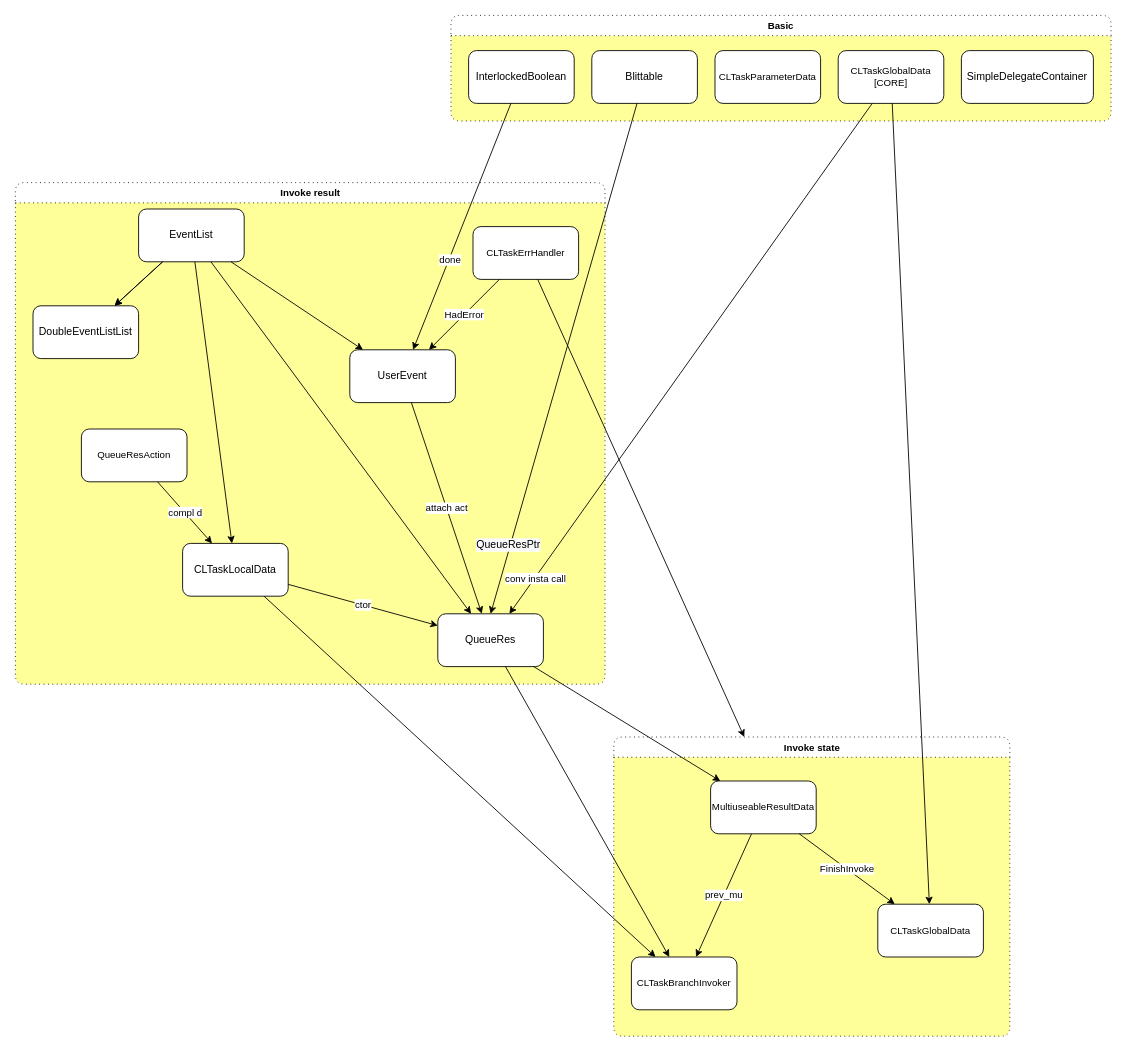
Above: Modules/OpenCLABC.Utils.drawio in SunSerega/POCGL (draw.io), before the change. Source tidied: cells renumbered, new cells numbered last; positions are measured from the earlier drawing's top-left corner, leaving out a move shared by most shapes. Both pictures are drawn from the tidied source at 88%, with x=0, y=0 at pixel (15, 15).
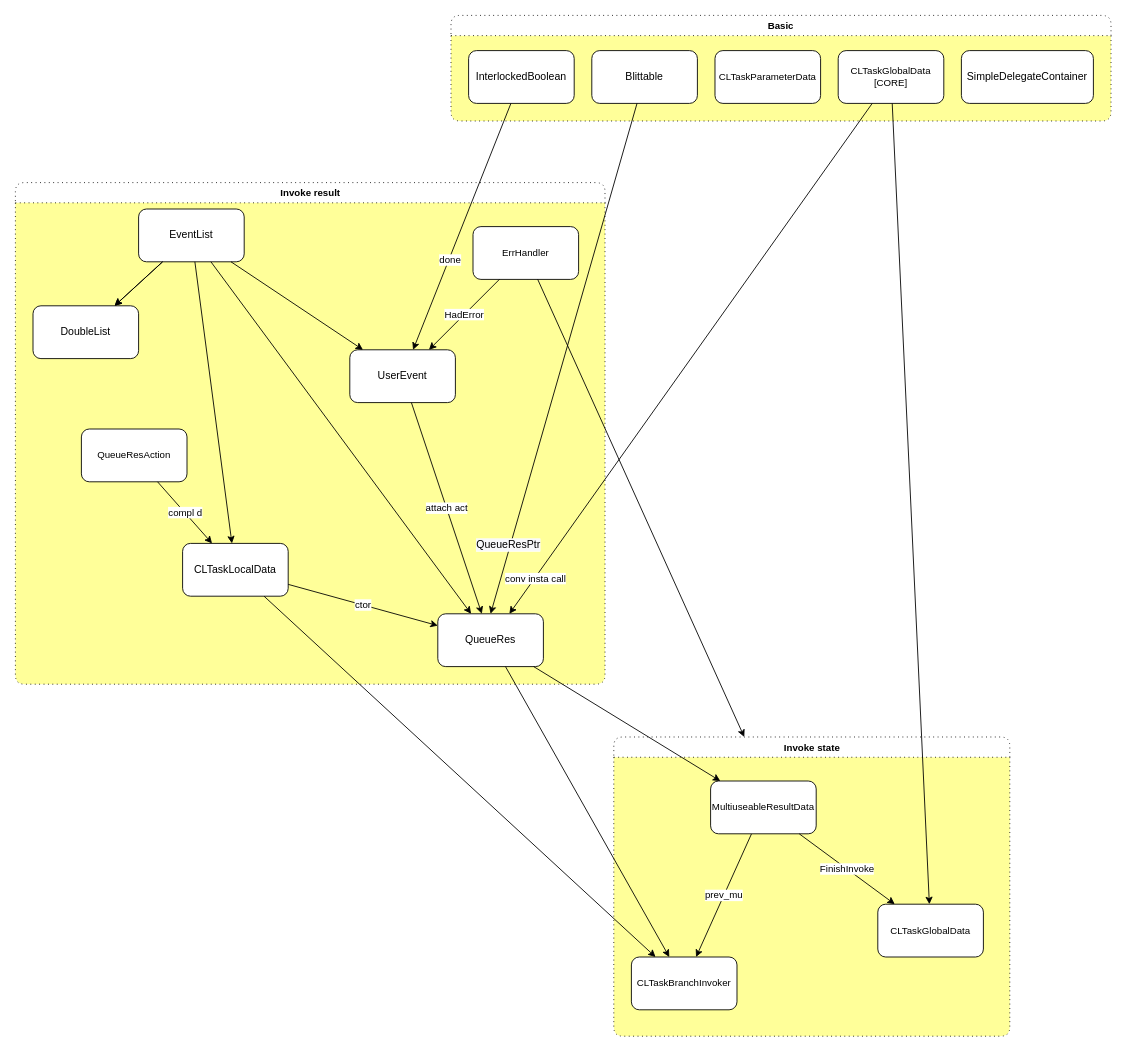
After the change.

Unchanged cells that the change refers to:
```xml
<mxCell id="14" value="Invoke result" style="swimlane;rounded=1;fontFamily=Helvetica;fontSize=11;fontColor=default;strokeColor=default;fillColor=default;html=1;labelBackgroundColor=none;labelBorderColor=none;swimlaneFillColor=#FFFF99;dashed=1;dashPattern=1 4;" parent="1" vertex="1">
  <mxGeometry y="190" width="670" height="570" as="geometry" />
</mxCell>
```

The edit, as a diff of the source:
```diff
@@
-    <mxCell id="16" value="DoubleEventListList" style="rounded=1;whiteSpace=wrap;html=1;" parent="14" vertex="1">
+    <mxCell id="16" value="DoubleList" style="rounded=1;whiteSpace=wrap;html=1;" parent="14" vertex="1">
       <mxGeometry x="20" y="140" width="120" height="60" as="geometry" />
     </mxCell>
@@
-    <mxCell id="29" value="CLTaskErrHandler" style="rounded=1;whiteSpace=wrap;html=1;fontFamily=Helvetica;fontSize=11;fontColor=default;" parent="14" vertex="1">
+    <mxCell id="29" value="ErrHandler" style="rounded=1;whiteSpace=wrap;html=1;fontFamily=Helvetica;fontSize=11;fontColor=default;" parent="14" vertex="1">
       <mxGeometry x="520" y="50" width="120" height="60" as="geometry" />
     </mxCell>
```
